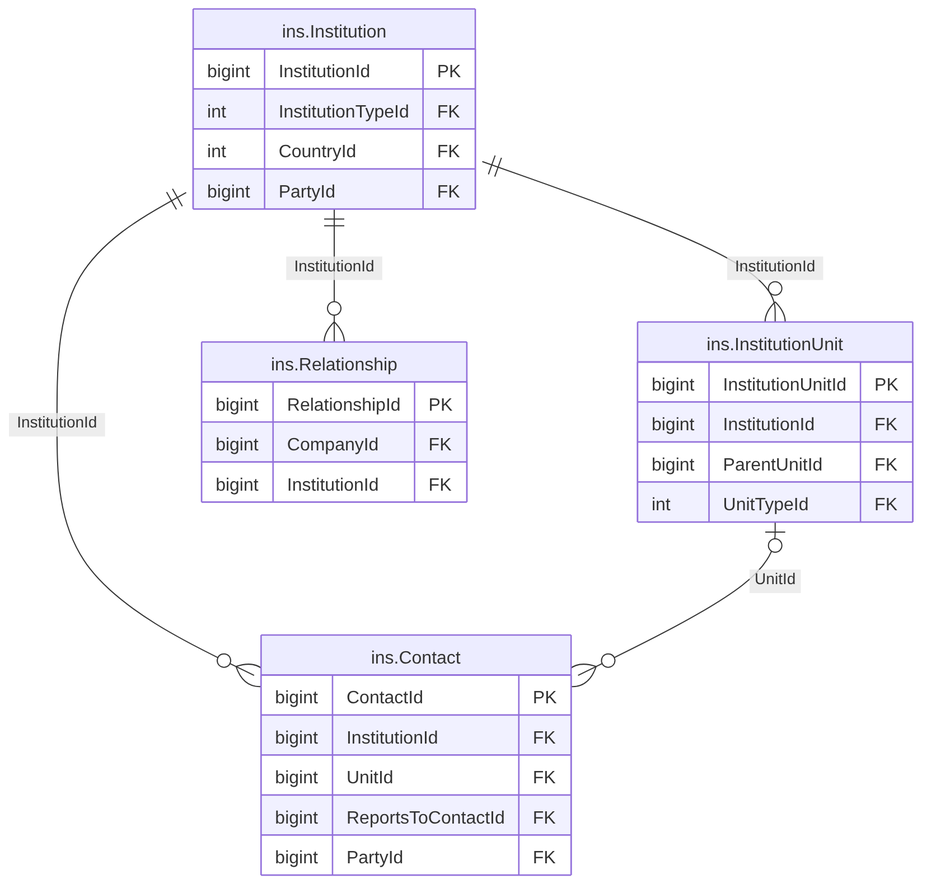
Before: treasury-platform/docs/diagrams/erd/m2_3_institutions_1.png, a diagram exported from Mermaid (thawrasy/smartlines). Its source is kept beside it as treasury-platform/docs/diagrams/erd/m2_3_institutions_1.mmd.
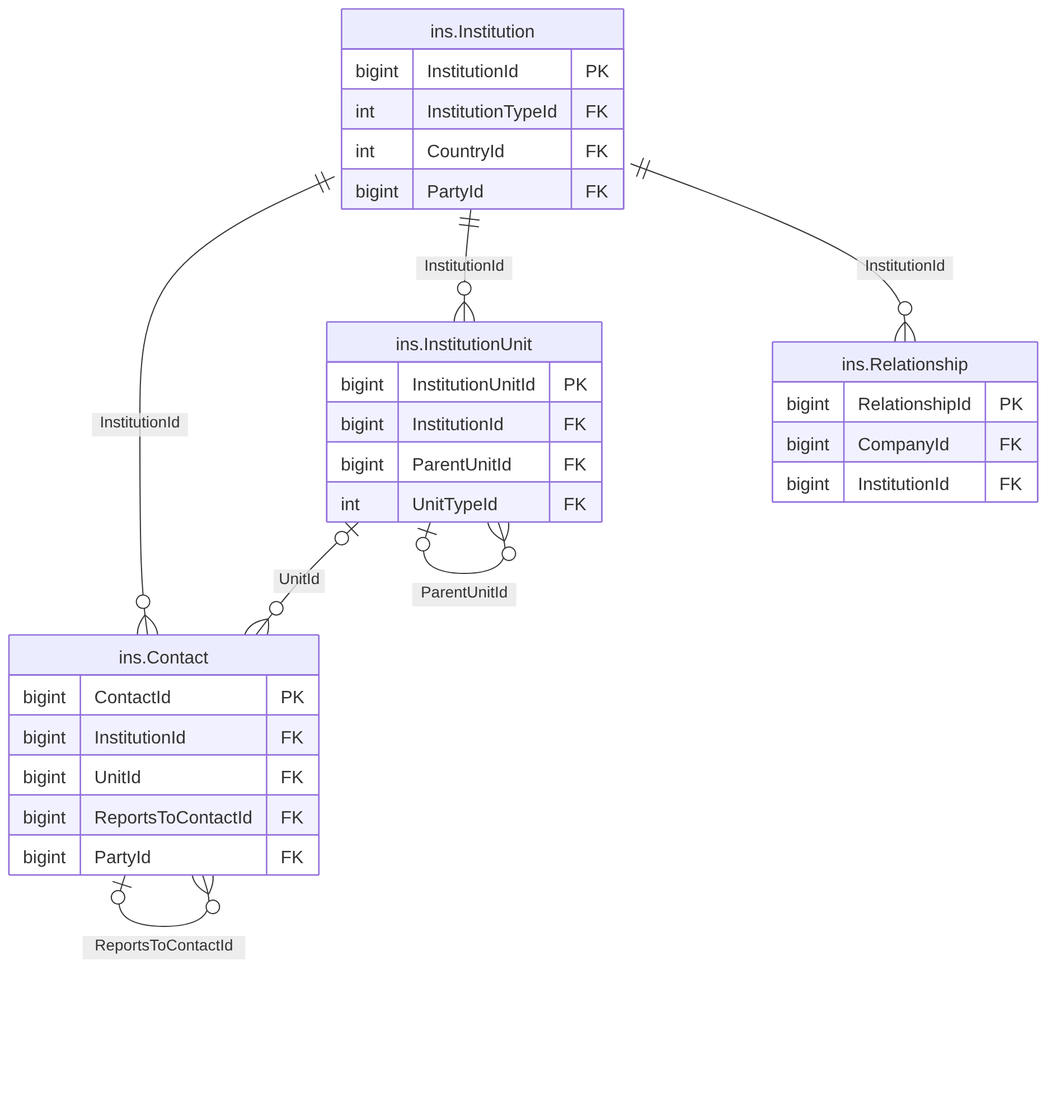
Later version of the same file.

What changed in the source:
```diff
@@ -23,7 +23,9 @@
     bigint CompanyId FK
     bigint InstitutionId FK
   }
+  ins_Contact |o--o{ ins_Contact : "ReportsToContactId"
   ins_Institution ||--o{ ins_Contact : "InstitutionId"
   ins_Institution ||--o{ ins_InstitutionUnit : "InstitutionId"
   ins_Institution ||--o{ ins_Relationship : "InstitutionId"
   ins_InstitutionUnit |o--o{ ins_Contact : "UnitId"
+  ins_InstitutionUnit |o--o{ ins_InstitutionUnit : "ParentUnitId"
```
